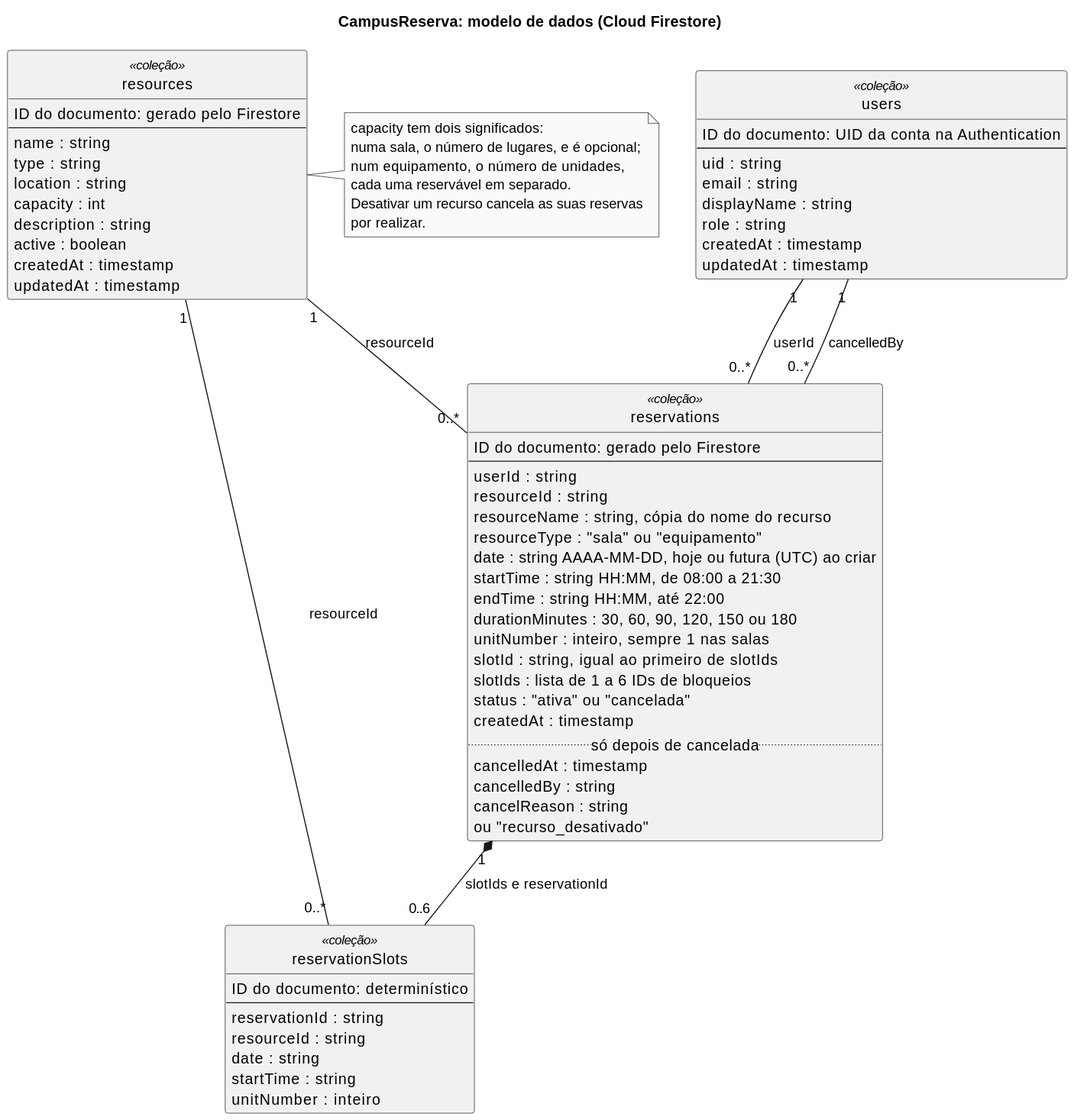
Above: docs/imagens/modelo-dados.svg in diogofcpereira/CampusReserva (PlantUML), before the change.
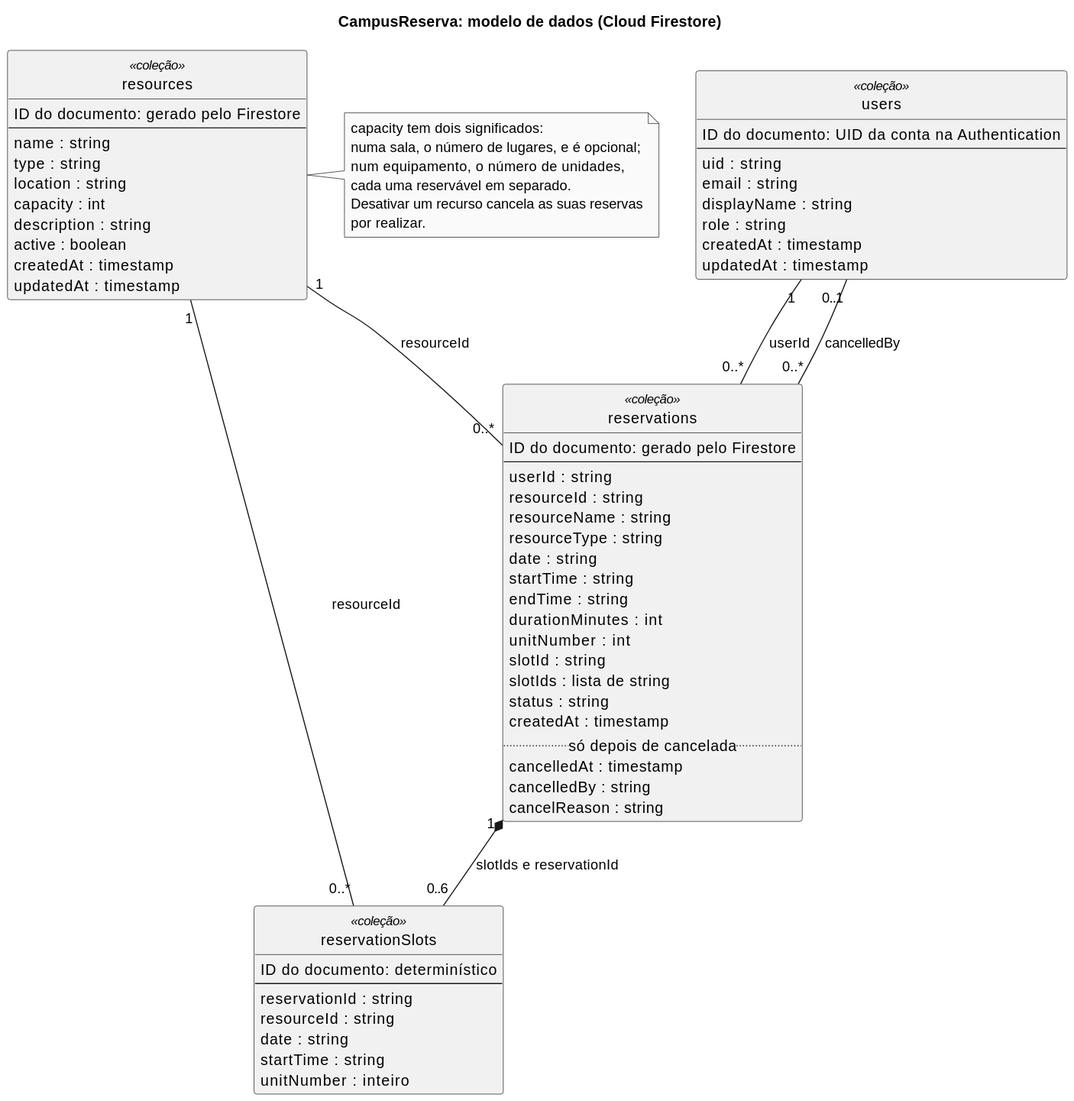
After the change.

Commit message:
Modelo-dados reservations collection data types fix

Diff of the diagram source:
```diff
@@ -36,22 +36,21 @@
   --
   userId : string
   resourceId : string
-  resourceName : string, cópia do nome do recurso
-  resourceType : "sala" ou "equipamento"
-  date : string AAAA-MM-DD, hoje ou futura (UTC) ao criar
-  startTime : string HH:MM, de 08:00 a 21:30
-  endTime : string HH:MM, até 22:00
-  durationMinutes : 30, 60, 90, 120, 150 ou 180
-  unitNumber : inteiro, sempre 1 nas salas
-  slotId : string, igual ao primeiro de slotIds
-  slotIds : lista de 1 a 6 IDs de bloqueios
-  status : "ativa" ou "cancelada"
+  resourceName : string
+  resourceType : string
+  date : string
+  startTime : string
+  endTime : string
+  durationMinutes : int
+  unitNumber : int
+  slotId : string
+  slotIds : lista de string
+  status : string
   createdAt : timestamp
   .. só depois de cancelada ..
   cancelledAt : timestamp
   cancelledBy : string
   cancelReason : string
-  ou "recurso_desativado"
 }
 
 class "reservationSlots" as Slot <<coleção>> {
@@ -65,7 +64,7 @@
 }
 
 User "1" -- "0..*" Reservation : userId
-User "1" -- "0..*" Reservation : cancelledBy
+User "0..1" -- "0..*" Reservation : cancelledBy
 Resource "1" -- "0..*" Reservation : resourceId
 Reservation "1" *-- "0..6" Slot : slotIds e reservationId
 Resource "1" -- "0..*" Slot : resourceId
```
